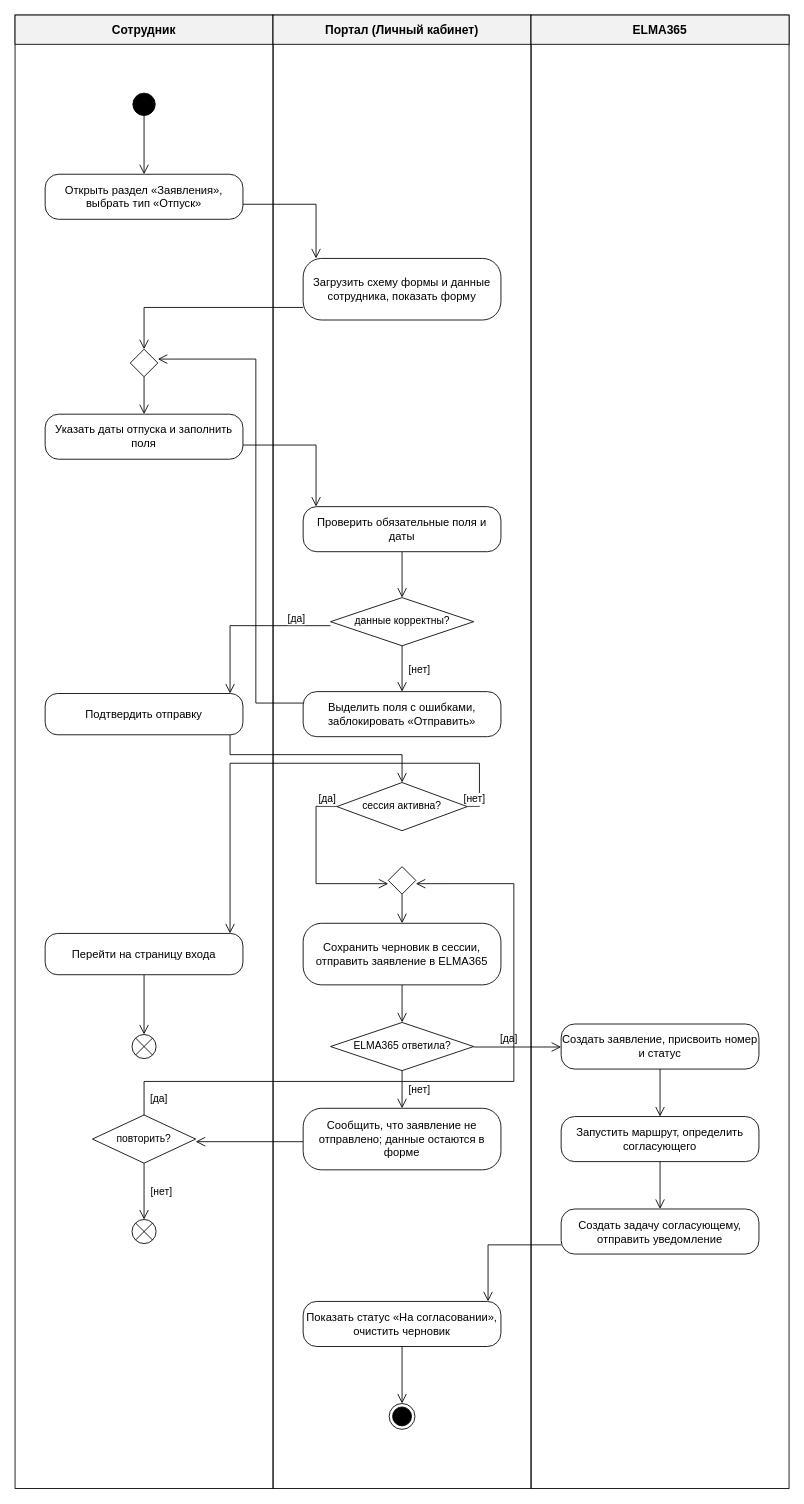
Earlier version of the draw.io diagram docs/диаграммы/drawio/4.1_Деятельность_UC-1_Подача_заявления_на_отпуск.drawio (akkixx04/doc_management). Source tidied: cells renumbered, new cells numbered last; positions are measured from the earlier drawing's top-left corner, leaving out a move shared by most shapes. Both pictures are drawn from the tidied source at 86%, with x=0, y=0 at pixel (15, 15).
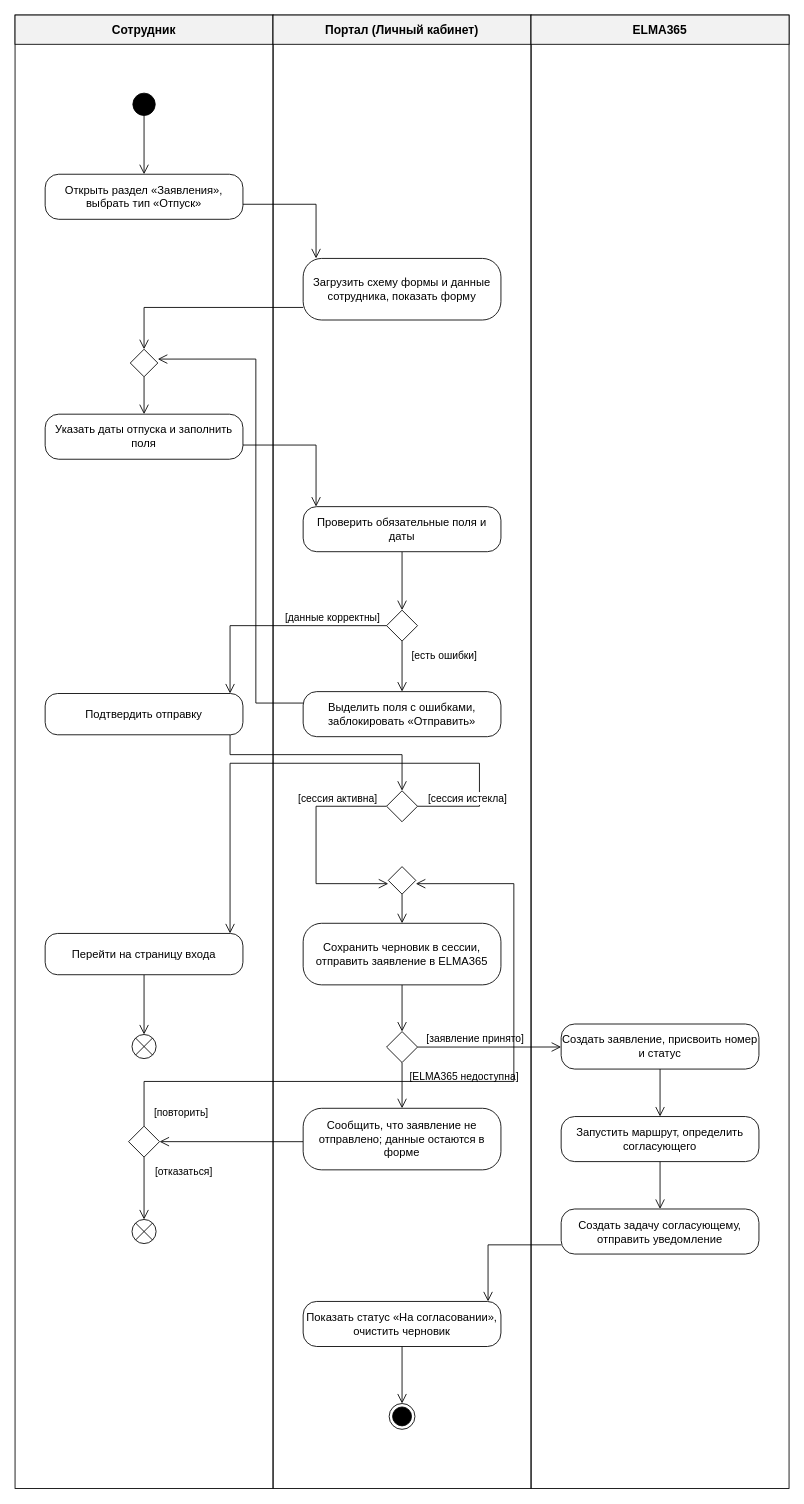
After the change.

The change refers to these unchanged cells:
```xml
<mxCell id="36" value="Проверить обязательные поля и даты" style="rounded=1;arcSize=30;whiteSpace=wrap;html=1;fillColor=#ffffff;strokeColor=#000000;fontSize=13;fontFamily=Helvetica;fontColor=#000000;" parent="1" vertex="1">
  <mxGeometry x="335" y="571.6" width="230" height="52.4" as="geometry" />
</mxCell>
<mxCell id="38" value="Выделить поля с ошибками, заблокировать «Отправить»" style="rounded=1;arcSize=30;whiteSpace=wrap;html=1;fillColor=#ffffff;strokeColor=#000000;fontSize=13;fontFamily=Helvetica;fontColor=#000000;" parent="1" vertex="1">
  <mxGeometry x="335" y="786.7" width="230" height="52.4" as="geometry" />
</mxCell>
<mxCell id="39" value="Подтвердить отправку" style="rounded=1;arcSize=30;whiteSpace=wrap;html=1;fillColor=#ffffff;strokeColor=#000000;fontSize=13;fontFamily=Helvetica;fontColor=#000000;" parent="1" vertex="1">
  <mxGeometry x="35" y="788.9" width="230" height="48" as="geometry" />
</mxCell>
<mxCell id="41" value="Перейти на страницу входа" style="rounded=1;arcSize=30;whiteSpace=wrap;html=1;fillColor=#ffffff;strokeColor=#000000;fontSize=13;fontFamily=Helvetica;fontColor=#000000;" parent="1" vertex="1">
  <mxGeometry x="35" y="1067.9" width="230" height="48" as="geometry" />
</mxCell>
<mxCell id="43" value="Сохранить черновик в сессии, отправить заявление в ELMA365" style="rounded=1;arcSize=30;whiteSpace=wrap;html=1;fillColor=#ffffff;strokeColor=#000000;fontSize=13;fontFamily=Helvetica;fontColor=#000000;" parent="1" vertex="1">
  <mxGeometry x="335" y="1056.1" width="230" height="71.6" as="geometry" />
</mxCell>
<mxCell id="45" value="Сообщить, что заявление не отправлено; данные остаются в форме" style="rounded=1;arcSize=30;whiteSpace=wrap;html=1;fillColor=#ffffff;strokeColor=#000000;fontSize=13;fontFamily=Helvetica;fontColor=#000000;" parent="1" vertex="1">
  <mxGeometry x="335" y="1271.2" width="230" height="71.6" as="geometry" />
</mxCell>
<mxCell id="47" style="shape=sumEllipse;perimeter=ellipsePerimeter;fillColor=#ffffff;strokeColor=#000000;fontFamily=Helvetica;fontColor=#000000;fontSize=13;" parent="1" vertex="1">
  <mxGeometry x="136" y="1400.5" width="28" height="28" as="geometry" />
</mxCell>
<mxCell id="48" value="Создать заявление, присвоить номер и статус" style="rounded=1;arcSize=30;whiteSpace=wrap;html=1;fillColor=#ffffff;strokeColor=#000000;fontSize=13;fontFamily=Helvetica;fontColor=#000000;" parent="1" vertex="1">
  <mxGeometry x="635" y="1173.2" width="230" height="52.4" as="geometry" />
</mxCell>
<mxCell id="54" style="rhombus;html=1;fillColor=#ffffff;strokeColor=#000000;fontFamily=Helvetica;fontColor=#000000;fontSize=13;" parent="1" vertex="1">
  <mxGeometry x="434" y="990.2" width="32" height="32" as="geometry" />
</mxCell>
```

Change to the diagram source:
```diff
@@
-    <mxCell id="6" style="edgeStyle=none;html=1;rounded=0;endArrow=block;endFill=1;endSize=7;strokeColor=#000000;strokeWidth=1;fontColor=#000000;fontFamily=Helvetica;endArrow=open;endFill=0;endSize=9;fontSize=12;labelBackgroundColor=#ffffff;exitX=0.5000;exitY=1.0000;exitDx=0;exitDy=0;exitPerimeter=0;entryX=0.5000;entryY=0.0000;entryDx=0;entryDy=0;entryPerimeter=0;" parent="1" edge="1" source="44" target="45">
+    <mxCell id="6" style="edgeStyle=none;html=1;rounded=0;endArrow=block;endFill=1;endSize=7;strokeColor=#000000;strokeWidth=1;fontColor=#000000;fontFamily=Helvetica;endArrow=open;endFill=0;endSize=9;fontSize=12;labelBackgroundColor=#ffffff;exitX=0.5;exitY=1.0000;exitDx=0;exitDy=0;exitPerimeter=0;entryX=0.5000;entryY=0.0000;entryDx=0;entryDy=0;entryPerimeter=0;" parent="1" edge="1" source="44" target="45">
       <mxGeometry relative="1" as="geometry" />
     </mxCell>
-    <mxCell id="7" style="edgeStyle=none;html=1;rounded=0;endArrow=block;endFill=1;endSize=7;strokeColor=#000000;strokeWidth=1;fontColor=#000000;fontFamily=Helvetica;endArrow=open;endFill=0;endSize=9;fontSize=12;labelBackgroundColor=#ffffff;exitX=0.5000;exitY=1.0000;exitDx=0;exitDy=0;exitPerimeter=0;entryX=0.5000;entryY=0.0000;entryDx=0;entryDy=0;entryPerimeter=0;" parent="1" edge="1" source="36" target="37">
+    <mxCell id="7" style="edgeStyle=none;html=1;rounded=0;endArrow=block;endFill=1;endSize=7;strokeColor=#000000;strokeWidth=1;fontColor=#000000;fontFamily=Helvetica;endArrow=open;endFill=0;endSize=9;fontSize=12;labelBackgroundColor=#ffffff;exitX=0.5000;exitY=1.0000;exitDx=0;exitDy=0;exitPerimeter=0;entryX=0.5;entryY=0.0000;entryDx=0;entryDy=0;entryPerimeter=0;" parent="1" edge="1" source="36" target="37">
       <mxGeometry relative="1" as="geometry" />
     </mxCell>
-    <mxCell id="8" style="edgeStyle=none;html=1;rounded=0;endArrow=block;endFill=1;endSize=7;strokeColor=#000000;strokeWidth=1;fontColor=#000000;fontFamily=Helvetica;endArrow=open;endFill=0;endSize=9;fontSize=12;labelBackgroundColor=#ffffff;exitX=0.5000;exitY=1.0000;exitDx=0;exitDy=0;exitPerimeter=0;entryX=0.5000;entryY=0.0000;entryDx=0;entryDy=0;entryPerimeter=0;" parent="1" edge="1" source="37" target="38">
+    <mxCell id="8" style="edgeStyle=none;html=1;rounded=0;endArrow=block;endFill=1;endSize=7;strokeColor=#000000;strokeWidth=1;fontColor=#000000;fontFamily=Helvetica;endArrow=open;endFill=0;endSize=9;fontSize=12;labelBackgroundColor=#ffffff;exitX=0.5;exitY=1.0000;exitDx=0;exitDy=0;exitPerimeter=0;entryX=0.5000;entryY=0.0000;entryDx=0;entryDy=0;entryPerimeter=0;" parent="1" edge="1" source="37" target="38">
       <mxGeometry relative="1" as="geometry" />
     </mxCell>
-    <mxCell id="9" style="edgeStyle=none;html=1;rounded=0;endArrow=block;endFill=1;endSize=7;strokeColor=#000000;strokeWidth=1;fontColor=#000000;fontFamily=Helvetica;endArrow=open;endFill=0;endSize=9;fontSize=12;labelBackgroundColor=#ffffff;exitX=0.5000;exitY=1.0000;exitDx=0;exitDy=0;exitPerimeter=0;entryX=0.5000;entryY=0.0000;entryDx=0;entryDy=0;entryPerimeter=0;" parent="1" edge="1" source="43" target="44">
+    <mxCell id="9" style="edgeStyle=none;html=1;rounded=0;endArrow=block;endFill=1;endSize=7;strokeColor=#000000;strokeWidth=1;fontColor=#000000;fontFamily=Helvetica;endArrow=open;endFill=0;endSize=9;fontSize=12;labelBackgroundColor=#ffffff;exitX=0.5000;exitY=1.0000;exitDx=0;exitDy=0;exitPerimeter=0;entryX=0.5;entryY=0.0000;entryDx=0;entryDy=0;entryPerimeter=0;" parent="1" edge="1" source="43" target="44">
       <mxGeometry relative="1" as="geometry" />
     </mxCell>
-    <mxCell id="10" style="edgeStyle=none;html=1;rounded=0;endArrow=block;endFill=1;endSize=7;strokeColor=#000000;strokeWidth=1;fontColor=#000000;fontFamily=Helvetica;endArrow=open;endFill=0;endSize=9;fontSize=12;labelBackgroundColor=#ffffff;exitX=0.0000;exitY=0.4929;exitDx=0;exitDy=0;exitPerimeter=0;entryX=0.0000;entryY=0.6200;entryDx=0;entryDy=0;entryPerimeter=0;" parent="1" edge="1" source="40" target="54">
+    <mxCell id="10" style="edgeStyle=none;html=1;rounded=0;endArrow=block;endFill=1;endSize=7;strokeColor=#000000;strokeWidth=1;fontColor=#000000;fontFamily=Helvetica;endArrow=open;endFill=0;endSize=9;fontSize=12;labelBackgroundColor=#ffffff;exitX=0.0000;exitY=0.5;exitDx=0;exitDy=0;exitPerimeter=0;entryX=0.0000;entryY=0.6200;entryDx=0;entryDy=0;entryPerimeter=0;" parent="1" edge="1" source="40" target="54">
       <mxGeometry relative="1" as="geometry">
         <Array as="points">
           <mxPoint x="350" y="920" />
           <mxPoint x="350" y="1010" />
         </Array>
       </mxGeometry>
     </mxCell>
-    <mxCell id="11" style="edgeStyle=none;html=1;rounded=0;endArrow=block;endFill=1;endSize=7;strokeColor=#000000;strokeWidth=1;fontColor=#000000;fontFamily=Helvetica;endArrow=open;endFill=0;endSize=9;fontSize=12;labelBackgroundColor=#ffffff;exitX=0.5000;exitY=1.0000;exitDx=0;exitDy=0;exitPerimeter=0;entryX=0.5000;entryY=0.0000;entryDx=0;entryDy=0;entryPerimeter=0;" parent="1" edge="1" source="46" target="47">
+    <mxCell id="11" style="edgeStyle=none;html=1;rounded=0;endArrow=block;endFill=1;endSize=7;strokeColor=#000000;strokeWidth=1;fontColor=#000000;fontFamily=Helvetica;endArrow=open;endFill=0;endSize=9;fontSize=12;labelBackgroundColor=#ffffff;exitX=0.5;exitY=1.0000;exitDx=0;exitDy=0;exitPerimeter=0;entryX=0.5000;entryY=0.0000;entryDx=0;entryDy=0;entryPerimeter=0;" parent="1" edge="1" source="46" target="47">
       <mxGeometry relative="1" as="geometry" />
     </mxCell>
@@
-    <mxCell id="15" style="edgeStyle=none;html=1;rounded=0;endArrow=block;endFill=1;endSize=7;strokeColor=#000000;strokeWidth=1;fontColor=#000000;fontFamily=Helvetica;endArrow=open;endFill=0;endSize=9;fontSize=12;labelBackgroundColor=#ffffff;exitX=0.0000;exitY=0.5425;exitDx=0;exitDy=0;exitPerimeter=0;entryX=1.0000;entryY=0.5543;entryDx=0;entryDy=0;entryPerimeter=0;" parent="1" edge="1" source="45" target="46">
+    <mxCell id="15" style="edgeStyle=none;html=1;rounded=0;endArrow=block;endFill=1;endSize=7;strokeColor=#000000;strokeWidth=1;fontColor=#000000;fontFamily=Helvetica;endArrow=open;endFill=0;endSize=9;fontSize=12;labelBackgroundColor=#ffffff;exitX=0.0000;exitY=0.5425;exitDx=0;exitDy=0;exitPerimeter=0;entryX=1.0000;entryY=0.5;entryDx=0;entryDy=0;entryPerimeter=0;" parent="1" edge="1" source="45" target="46">
       <mxGeometry relative="1" as="geometry" />
     </mxCell>
-    <mxCell id="16" style="edgeStyle=none;html=1;rounded=0;endArrow=block;endFill=1;endSize=7;strokeColor=#000000;strokeWidth=1;fontColor=#000000;fontFamily=Helvetica;endArrow=open;endFill=0;endSize=9;fontSize=12;labelBackgroundColor=#ffffff;exitX=1.0000;exitY=0.5100;exitDx=0;exitDy=0;exitPerimeter=0;entryX=0.0000;entryY=0.5107;entryDx=0;entryDy=0;entryPerimeter=0;" parent="1" edge="1" source="44" target="48">
+    <mxCell id="16" style="edgeStyle=none;html=1;rounded=0;endArrow=block;endFill=1;endSize=7;strokeColor=#000000;strokeWidth=1;fontColor=#000000;fontFamily=Helvetica;endArrow=open;endFill=0;endSize=9;fontSize=12;labelBackgroundColor=#ffffff;exitX=1.0000;exitY=0.5;exitDx=0;exitDy=0;exitPerimeter=0;entryX=0.0000;entryY=0.5107;entryDx=0;entryDy=0;entryPerimeter=0;" parent="1" edge="1" source="44" target="48">
       <mxGeometry relative="1" as="geometry" />
     </mxCell>
@@
-    <mxCell id="21" style="edgeStyle=none;html=1;rounded=0;endArrow=block;endFill=1;endSize=7;strokeColor=#000000;strokeWidth=1;fontColor=#000000;fontFamily=Helvetica;endArrow=open;endFill=0;endSize=9;fontSize=12;labelBackgroundColor=#ffffff;exitX=0.9348;exitY=1.0000;exitDx=0;exitDy=0;exitPerimeter=0;entryX=0.5000;entryY=0.0000;entryDx=0;entryDy=0;entryPerimeter=0;" parent="1" edge="1" source="39" target="40">
+    <mxCell id="21" style="edgeStyle=none;html=1;rounded=0;endArrow=block;endFill=1;endSize=7;strokeColor=#000000;strokeWidth=1;fontColor=#000000;fontFamily=Helvetica;endArrow=open;endFill=0;endSize=9;fontSize=12;labelBackgroundColor=#ffffff;exitX=0.9348;exitY=1.0000;exitDx=0;exitDy=0;exitPerimeter=0;entryX=0.5;entryY=0.0000;entryDx=0;entryDy=0;entryPerimeter=0;" parent="1" edge="1" source="39" target="40">
       <mxGeometry relative="1" as="geometry">
         <Array as="points">
           <mxPoint x="250" y="860" />
           <mxPoint x="450" y="860" />
         </Array>
       </mxGeometry>
     </mxCell>
-    <mxCell id="22" style="edgeStyle=none;html=1;rounded=0;endArrow=block;endFill=1;endSize=7;strokeColor=#000000;strokeWidth=1;fontColor=#000000;fontFamily=Helvetica;endArrow=open;endFill=0;endSize=9;fontSize=12;labelBackgroundColor=#ffffff;exitX=0.0000;exitY=0.5829;exitDx=0;exitDy=0;exitPerimeter=0;entryX=0.9348;entryY=0.0000;entryDx=0;entryDy=0;entryPerimeter=0;" parent="1" edge="1" source="37" target="39">
+    <mxCell id="22" style="edgeStyle=none;html=1;rounded=0;endArrow=block;endFill=1;endSize=7;strokeColor=#000000;strokeWidth=1;fontColor=#000000;fontFamily=Helvetica;endArrow=open;endFill=0;endSize=9;fontSize=12;labelBackgroundColor=#ffffff;exitX=0.0000;exitY=0.5;exitDx=0;exitDy=0;exitPerimeter=0;entryX=0.9348;entryY=0.0000;entryDx=0;entryDy=0;entryPerimeter=0;" parent="1" edge="1" source="37" target="39">
       <mxGeometry relative="1" as="geometry">
         <Array as="points">
           <mxPoint x="250" y="710" />
         </Array>
       </mxGeometry>
     </mxCell>
-    <mxCell id="23" style="edgeStyle=none;html=1;rounded=0;endArrow=block;endFill=1;endSize=7;strokeColor=#000000;strokeWidth=1;fontColor=#000000;fontFamily=Helvetica;endArrow=open;endFill=0;endSize=9;fontSize=12;labelBackgroundColor=#ffffff;exitX=1.0000;exitY=0.4929;exitDx=0;exitDy=0;exitPerimeter=0;entryX=0.9348;entryY=0.0000;entryDx=0;entryDy=0;entryPerimeter=0;" parent="1" edge="1" source="40" target="41">
+    <mxCell id="23" style="edgeStyle=none;html=1;rounded=0;endArrow=block;endFill=1;endSize=7;strokeColor=#000000;strokeWidth=1;fontColor=#000000;fontFamily=Helvetica;endArrow=open;endFill=0;endSize=9;fontSize=12;labelBackgroundColor=#ffffff;exitX=1.0000;exitY=0.5;exitDx=0;exitDy=0;exitPerimeter=0;entryX=0.9348;entryY=0.0000;entryDx=0;entryDy=0;entryPerimeter=0;" parent="1" edge="1" source="40" target="41">
       <mxGeometry relative="1" as="geometry">
         <Array as="points">
           <mxPoint x="540" y="920" />
           <mxPoint x="540" y="870" />
           <mxPoint x="250" y="870" />
         </Array>
       </mxGeometry>
     </mxCell>
@@
-    <mxCell id="25" style="edgeStyle=none;html=1;rounded=0;endArrow=block;endFill=1;endSize=7;strokeColor=#000000;strokeWidth=1;fontColor=#000000;fontFamily=Helvetica;endArrow=open;endFill=0;endSize=9;fontSize=12;labelBackgroundColor=#ffffff;exitX=0.5000;exitY=0.0000;exitDx=0;exitDy=0;exitPerimeter=0;entryX=1.0000;entryY=0.6200;entryDx=0;entryDy=0;entryPerimeter=0;" parent="1" edge="1" source="46" target="54">
+    <mxCell id="25" style="edgeStyle=none;html=1;rounded=0;endArrow=block;endFill=1;endSize=7;strokeColor=#000000;strokeWidth=1;fontColor=#000000;fontFamily=Helvetica;endArrow=open;endFill=0;endSize=9;fontSize=12;labelBackgroundColor=#ffffff;exitX=0.5;exitY=0.0000;exitDx=0;exitDy=0;exitPerimeter=0;entryX=1.0000;entryY=0.6200;entryDx=0;entryDy=0;entryPerimeter=0;" parent="1" edge="1" source="46" target="54">
       <mxGeometry relative="1" as="geometry">
         <Array as="points">
           <mxPoint x="150" y="1240" />
           <mxPoint x="580" y="1240" />
           <mxPoint x="580" y="1010" />
         </Array>
       </mxGeometry>
     </mxCell>
@@
-    <mxCell id="37" value="данные корректны?" style="rhombus;whiteSpace=wrap;html=1;fillColor=#ffffff;strokeColor=#000000;fontSize=12;fontFamily=Helvetica;fontColor=#000000;" parent="1" vertex="1">
-      <mxGeometry x="366.8" y="677.4" width="166.5" height="56" as="geometry" />
+    <mxCell id="37" style="rhombus;whiteSpace=wrap;html=1;fillColor=#ffffff;strokeColor=#000000;fontSize=12;fontFamily=Helvetica;fontColor=#000000;" parent="1" vertex="1">
+      <mxGeometry x="432" y="692" width="36" height="36" as="geometry" />
     </mxCell>
@@
-    <mxCell id="40" value="сессия активна?" style="rhombus;whiteSpace=wrap;html=1;fillColor=#ffffff;strokeColor=#000000;fontSize=12;fontFamily=Helvetica;fontColor=#000000;" parent="1" vertex="1">
-      <mxGeometry x="374.2" y="892.4" width="151.6" height="56" as="geometry" />
+    <mxCell id="40" style="rhombus;whiteSpace=wrap;html=1;fillColor=#ffffff;strokeColor=#000000;fontSize=12;fontFamily=Helvetica;fontColor=#000000;" parent="1" vertex="1">
+      <mxGeometry x="432" y="902" width="36" height="36" as="geometry" />
     </mxCell>
@@
-    <mxCell id="44" value="ELMA365 ответила?" style="rhombus;whiteSpace=wrap;html=1;fillColor=#ffffff;strokeColor=#000000;fontSize=12;fontFamily=Helvetica;fontColor=#000000;" parent="1" vertex="1">
-      <mxGeometry x="366.8" y="1171.4" width="166.5" height="56" as="geometry" />
+    <mxCell id="44" style="rhombus;whiteSpace=wrap;html=1;fillColor=#ffffff;strokeColor=#000000;fontSize=12;fontFamily=Helvetica;fontColor=#000000;" parent="1" vertex="1">
+      <mxGeometry x="432" y="1182" width="36" height="36" as="geometry" />
     </mxCell>
@@
-    <mxCell id="46" value="повторить?" style="rhombus;whiteSpace=wrap;html=1;fillColor=#ffffff;strokeColor=#000000;fontSize=12;fontFamily=Helvetica;fontColor=#000000;" parent="1" vertex="1">
-      <mxGeometry x="90" y="1279" width="120" height="56" as="geometry" />
+    <mxCell id="46" style="rhombus;whiteSpace=wrap;html=1;fillColor=#ffffff;strokeColor=#000000;fontSize=12;fontFamily=Helvetica;fontColor=#000000;" parent="1" vertex="1">
+      <mxGeometry x="132" y="1292" width="36" height="36" as="geometry" />
     </mxCell>
@@
-    <mxCell id="55" value="[нет]" style="edgeLabel;html=1;align=center;verticalAlign=middle;fontSize=12;fontStyle=0;labelBackgroundColor=#ffffff;fontColor=#000000;fontFamily=Helvetica;" parent="6" vertex="1">
-      <mxGeometry relative="1" as="geometry">
-        <mxPoint x="19" as="offset" />
+    <mxCell id="55" value="[ELMA365 недоступна]" style="edgeLabel;html=1;align=center;verticalAlign=middle;fontSize=12;fontStyle=0;labelBackgroundColor=#ffffff;fontColor=#000000;fontFamily=Helvetica;" parent="6" vertex="1">
+      <mxGeometry x="-1" relative="1" as="geometry">
+        <mxPoint x="71" y="16" as="offset" />
       </mxGeometry>
     </mxCell>
-    <mxCell id="56" value="[нет]" style="edgeLabel;html=1;align=center;verticalAlign=middle;fontSize=12;fontStyle=0;labelBackgroundColor=#ffffff;fontColor=#000000;fontFamily=Helvetica;" parent="8" vertex="1">
-      <mxGeometry relative="1" as="geometry">
-        <mxPoint x="19" as="offset" />
+    <mxCell id="56" value="[есть ошибки]" style="edgeLabel;html=1;align=center;verticalAlign=middle;fontSize=12;fontStyle=0;labelBackgroundColor=#ffffff;fontColor=#000000;fontFamily=Helvetica;" parent="8" vertex="1">
+      <mxGeometry x="-1" relative="1" as="geometry">
+        <mxPoint x="48.9" y="16" as="offset" />
       </mxGeometry>
     </mxCell>
-    <mxCell id="57" value="[да]" style="edgeLabel;html=1;align=center;verticalAlign=middle;fontSize=12;fontStyle=0;labelBackgroundColor=#ffffff;fontColor=#000000;fontFamily=Helvetica;" parent="10" vertex="1">
-      <mxGeometry x="-0.88" relative="1" as="geometry">
-        <mxPoint y="-9" as="offset" />
+    <mxCell id="57" value="[сессия активна]" style="edgeLabel;html=1;align=center;verticalAlign=middle;fontSize=12;fontStyle=0;labelBackgroundColor=#ffffff;fontColor=#000000;fontFamily=Helvetica;" parent="10" vertex="1">
+      <mxGeometry x="-1" relative="1" as="geometry">
+        <mxPoint x="-57.4" y="-10" as="offset" />
       </mxGeometry>
     </mxCell>
-    <mxCell id="58" value="[нет]" style="edgeLabel;html=1;align=center;verticalAlign=middle;fontSize=12;fontStyle=0;labelBackgroundColor=#ffffff;fontColor=#000000;fontFamily=Helvetica;" parent="11" vertex="1">
-      <mxGeometry relative="1" as="geometry">
-        <mxPoint x="19" as="offset" />
+    <mxCell id="58" value="[отказаться]" style="edgeLabel;html=1;align=center;verticalAlign=middle;fontSize=12;fontStyle=0;labelBackgroundColor=#ffffff;fontColor=#000000;fontFamily=Helvetica;" parent="11" vertex="1">
+      <mxGeometry x="-1" relative="1" as="geometry">
+        <mxPoint x="45.8" y="16" as="offset" />
       </mxGeometry>
     </mxCell>
-    <mxCell id="59" value="[да]" style="edgeLabel;html=1;align=center;verticalAlign=middle;fontSize=12;fontStyle=0;labelBackgroundColor=#ffffff;fontColor=#000000;fontFamily=Helvetica;" parent="16" vertex="1">
-      <mxGeometry x="-0.21" relative="1" as="geometry">
-        <mxPoint y="-9" as="offset" />
+    <mxCell id="59" value="[заявление принято]" style="edgeLabel;html=1;align=center;verticalAlign=middle;fontSize=12;fontStyle=0;labelBackgroundColor=#ffffff;fontColor=#000000;fontFamily=Helvetica;" parent="16" vertex="1">
+      <mxGeometry x="-1" relative="1" as="geometry">
+        <mxPoint x="66.8" y="-10" as="offset" />
       </mxGeometry>
     </mxCell>
-    <mxCell id="60" value="[да]" style="edgeLabel;html=1;align=center;verticalAlign=middle;fontSize=12;fontStyle=0;labelBackgroundColor=#ffffff;fontColor=#000000;fontFamily=Helvetica;" parent="22" vertex="1">
-      <mxGeometry x="-0.59" relative="1" as="geometry">
-        <mxPoint y="-9" as="offset" />
+    <mxCell id="60" value="[данные корректны]" style="edgeLabel;html=1;align=center;verticalAlign=middle;fontSize=12;fontStyle=0;labelBackgroundColor=#ffffff;fontColor=#000000;fontFamily=Helvetica;" parent="22" vertex="1">
+      <mxGeometry x="-1" relative="1" as="geometry">
+        <mxPoint x="-63.7" y="-10" as="offset" />
       </mxGeometry>
     </mxCell>
-    <mxCell id="61" value="[нет]" style="edgeLabel;html=1;align=center;verticalAlign=middle;fontSize=12;fontStyle=0;labelBackgroundColor=#ffffff;fontColor=#000000;fontFamily=Helvetica;" parent="23" vertex="1">
-      <mxGeometry x="-0.97" relative="1" as="geometry">
-        <mxPoint y="-9" as="offset" />
+    <mxCell id="61" value="[сессия истекла]" style="edgeLabel;html=1;align=center;verticalAlign=middle;fontSize=12;fontStyle=0;labelBackgroundColor=#ffffff;fontColor=#000000;fontFamily=Helvetica;" parent="23" vertex="1">
+      <mxGeometry x="-1" relative="1" as="geometry">
+        <mxPoint x="57.4" y="-10" as="offset" />
       </mxGeometry>
     </mxCell>
-    <mxCell id="62" value="[да]" style="edgeLabel;html=1;align=center;verticalAlign=middle;fontSize=12;fontStyle=0;labelBackgroundColor=#ffffff;fontColor=#000000;fontFamily=Helvetica;" parent="25" vertex="1">
-      <mxGeometry x="-0.95" relative="1" as="geometry">
-        <mxPoint x="16" as="offset" />
+    <mxCell id="62" value="[повторить]" style="edgeLabel;html=1;align=center;verticalAlign=middle;fontSize=12;fontStyle=0;labelBackgroundColor=#ffffff;fontColor=#000000;fontFamily=Helvetica;" parent="25" vertex="1">
+      <mxGeometry x="-1" relative="1" as="geometry">
+        <mxPoint x="42.6" y="-16" as="offset" />
       </mxGeometry>
     </mxCell>
```
